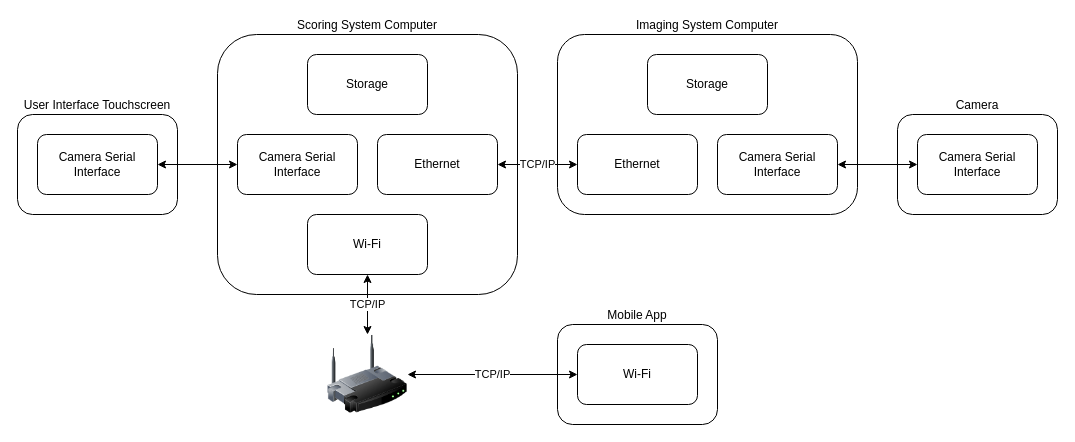
The draw.io diagram page "Interface" (5 of 6) of documentation/Dart_Scoring_System_Schematics.drawio in kparlak/dart-scoring-system, before the edit. Source tidied: cells renumbered, new cells numbered last; positions are measured from the earlier drawing's top-left corner, leaving out a move shared by most shapes. Both pictures are drawn from the tidied source at 100%, with x=0, y=0 at pixel (17, 34).
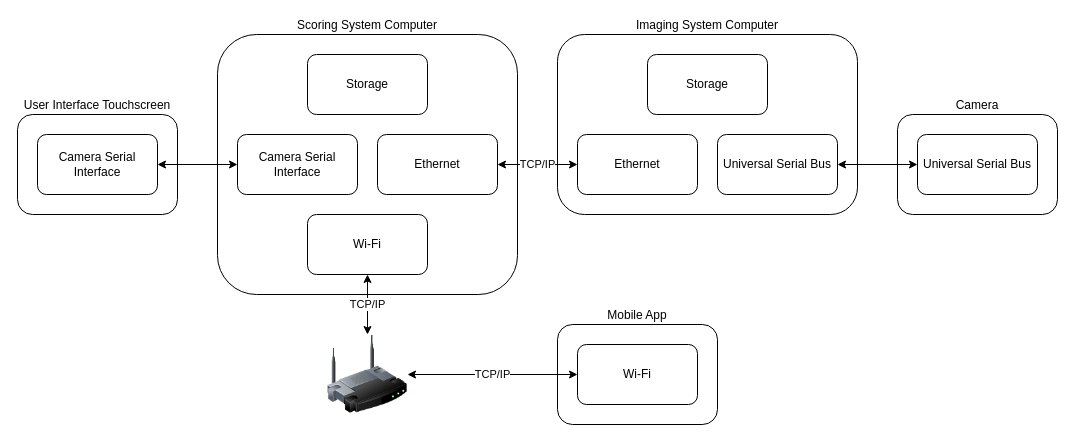
Above is the later version.

Diff of the diagram source:
```diff
@@
-    <mxCell id="20" value="Camera Serial Interface" style="rounded=1;whiteSpace=wrap;html=1;" parent="1" vertex="1">
+    <mxCell id="20" value="Universal Serial Bus" style="rounded=1;whiteSpace=wrap;html=1;" parent="1" vertex="1">
       <mxGeometry x="900" y="100" width="120" height="60" as="geometry" />
     </mxCell>
@@
-    <mxCell id="22" value="Camera Serial Interface" style="rounded=1;whiteSpace=wrap;html=1;" parent="1" vertex="1">
+    <mxCell id="22" value="Universal Serial Bus" style="rounded=1;whiteSpace=wrap;html=1;" parent="1" vertex="1">
       <mxGeometry x="700" y="100" width="120" height="60" as="geometry" />
     </mxCell>
```
